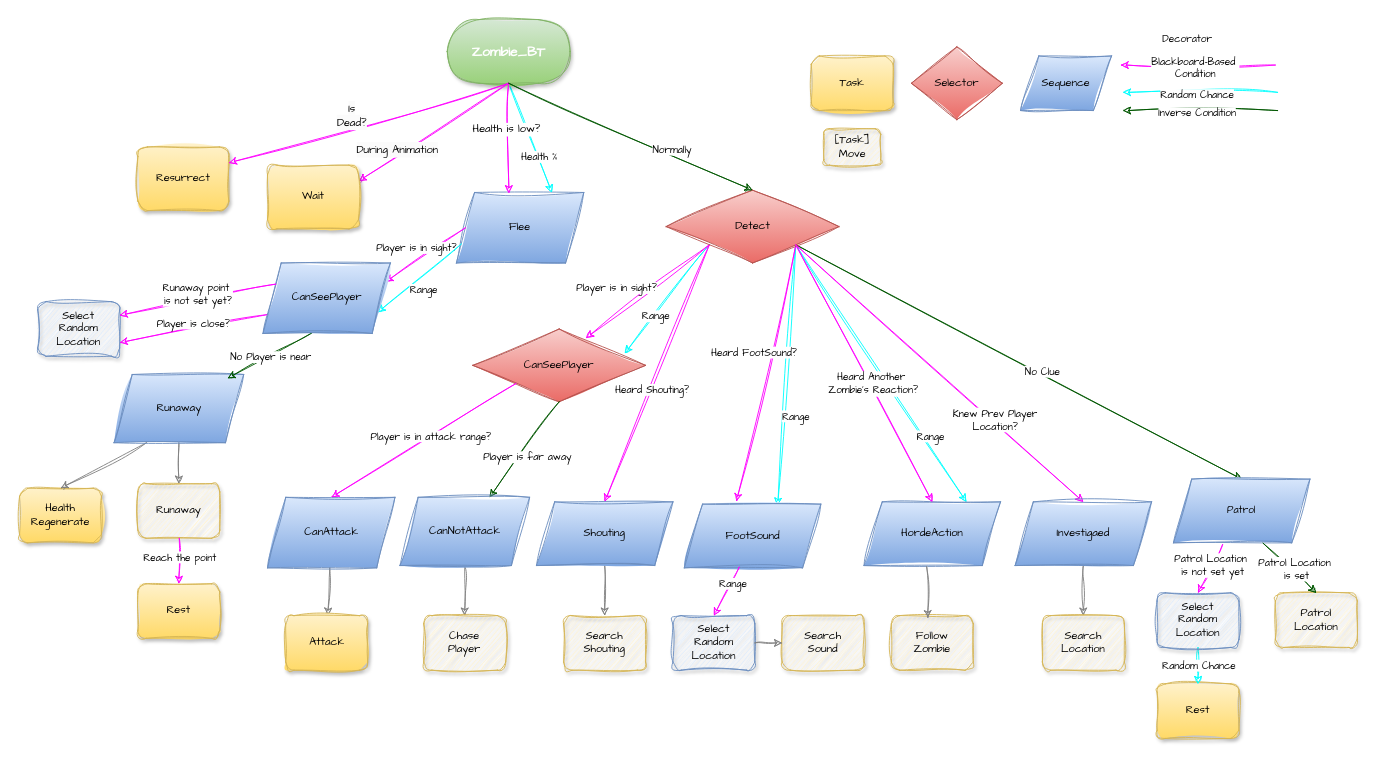
Earlier version of the draw.io diagram JungSeungWon/기타/Zombie_BT.drawio (2023gamedev/project). Source tidied: cells renumbered, new cells numbered last; positions are measured from the earlier drawing's top-left corner, leaving out a move shared by most shapes. Both pictures are drawn from the tidied source at 91%, with x=0, y=0 at pixel (19, 19).
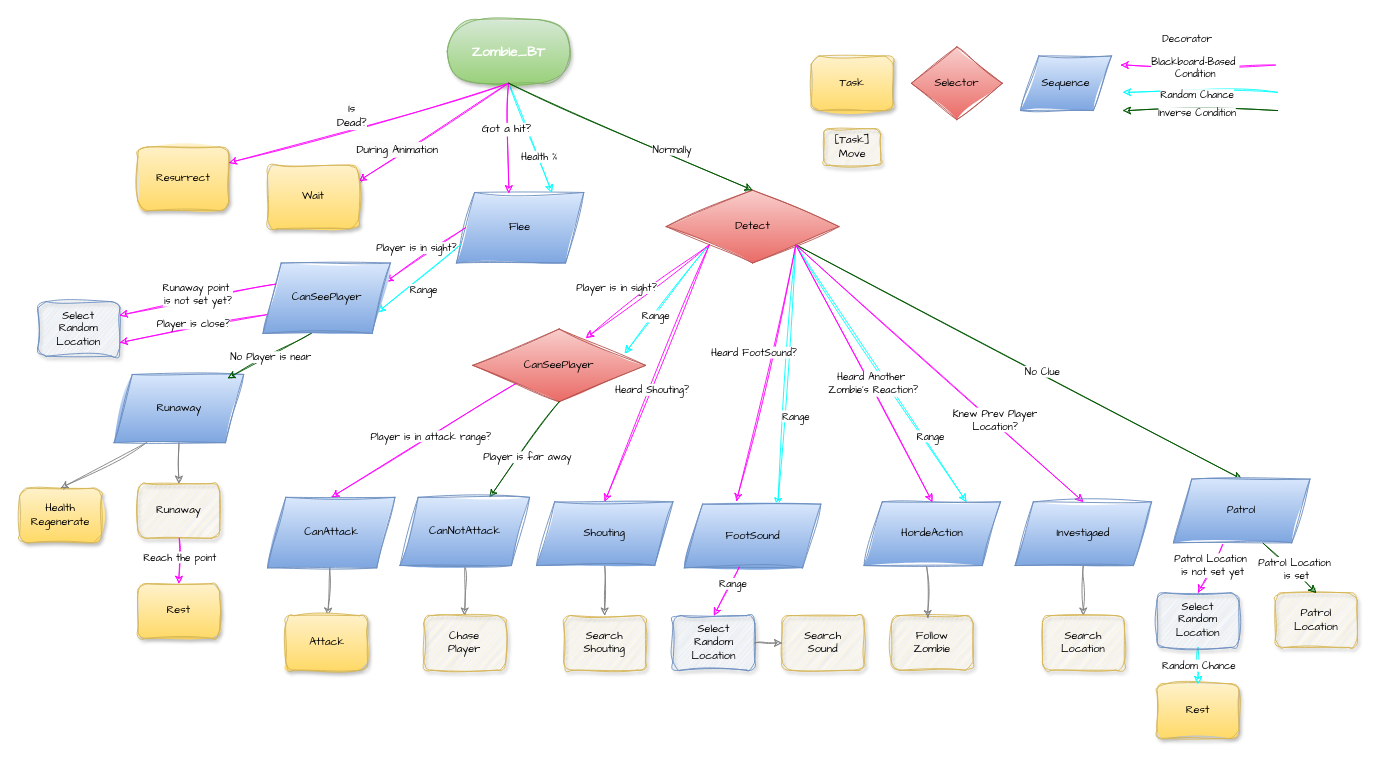
Above is the later version.

Commit message (it also covers changes not shown here):
* 벤다이어 그램 수정

The change refers to these unchanged cells:
```xml
<mxCell id="61" style="rounded=0;sketch=1;hachureGap=4;jiggle=2;curveFitting=1;jettySize=auto;html=1;exitX=0.5;exitY=1;exitDx=0;exitDy=0;fontFamily=Architects Daughter;anchorPointDirection=1;startFill=1;simplification=0;arcSize=20;fillOpacity=100;strokeOpacity=100;perimeterSpacing=0;orthogonal=0;jumpStyle=none;fillColor=#d5e8d4;gradientColor=#97d077;strokeColor=#FF00FF;entryX=0.412;entryY=0.011;entryDx=0;entryDy=0;entryPerimeter=0;" parent="1" edge="1" source="14" target="2">
  <mxGeometry relative="1" as="geometry" />
</mxCell>
```

Change to the diagram source:
```diff
@@
-    <mxCell id="62" value="&lt;font style=&quot;font-size: 12px;&quot;&gt;Health is low?&lt;/font&gt;" style="edgeLabel;html=1;align=center;verticalAlign=middle;sketch=1;hachureGap=4;jiggle=2;curveFitting=1;fontFamily=Architects Daughter;" parent="61" vertex="1">
+    <mxCell id="62" value="&lt;font style=&quot;font-size: 12px;&quot;&gt;Got a hit?&lt;/font&gt;" style="edgeLabel;html=1;align=center;verticalAlign=middle;sketch=1;hachureGap=4;jiggle=2;curveFitting=1;fontFamily=Architects Daughter;" parent="61" vertex="1">
       <mxGeometry x="0.03" y="-3" relative="1" as="geometry">
         <mxPoint y="-12" as="offset" />
       </mxGeometry>
     </mxCell>
```
